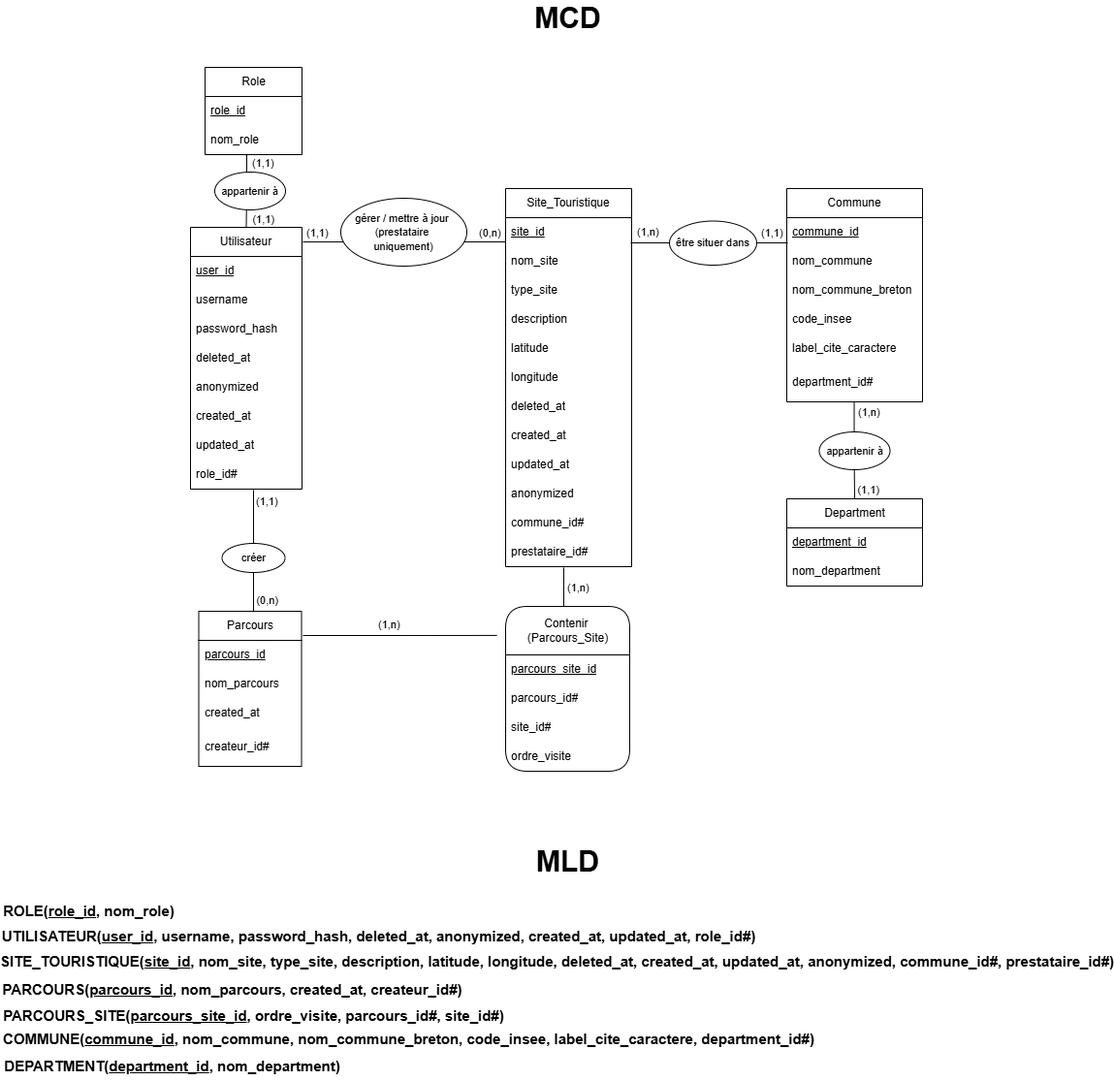
Before: MCD_MLD_Lumea.png, a diagram exported from draw.io (go2375/Luma). Source tidied: cells renumbered, new cells last; positions are measured from the earlier drawing's top-left corner, leaving out a move shared by most shapes.
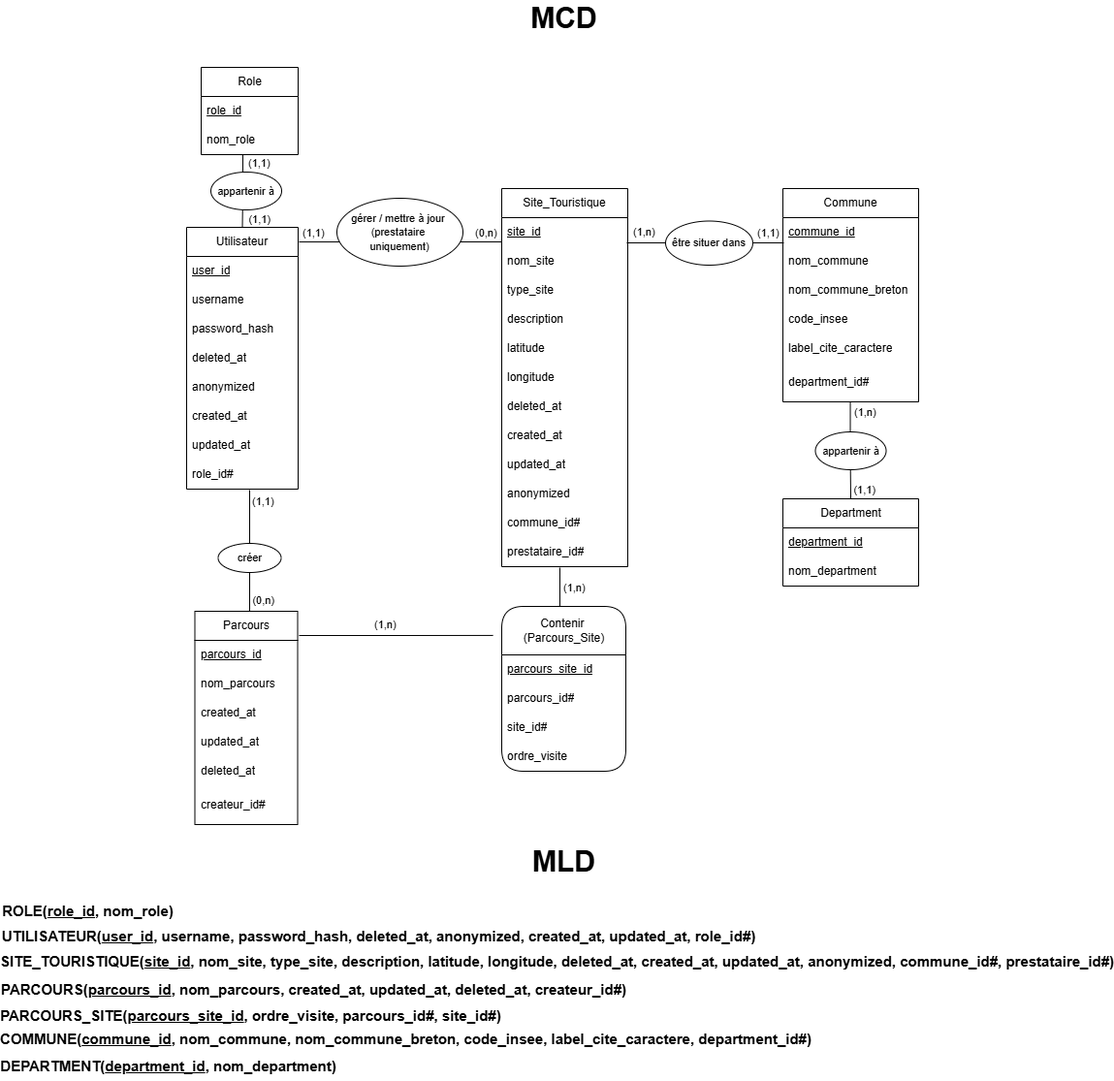
After the commit.

Change to the diagram source:
```diff
@@ -12,7 +12,7 @@
       <mxGeometry y="60" width="100" height="30" as="geometry" />
     </mxCell>
     <mxCell id="5" value="Parcours" style="swimlane;fontStyle=0;horizontal=1;startSize=30;whiteSpace=wrap;html=1;" parent="1" vertex="1">
-      <mxGeometry x="153.5" y="625" width="106" height="160" as="geometry" />
+      <mxGeometry x="153.5" y="625" width="106" height="220" as="geometry" />
     </mxCell>
     <mxCell id="6" value="&lt;u&gt;parcours_id&lt;/u&gt;" style="text;strokeColor=none;fillColor=none;align=left;verticalAlign=middle;spacingLeft=4;spacingRight=4;overflow=hidden;whiteSpace=wrap;html=1;" parent="5" vertex="1">
       <mxGeometry y="30" width="106" height="30" as="geometry" />
@@ -23,8 +23,14 @@
     <mxCell id="8" value="created_at" style="text;strokeColor=none;fillColor=none;align=left;verticalAlign=middle;spacingLeft=4;spacingRight=4;overflow=hidden;whiteSpace=wrap;html=1;" parent="5" vertex="1">
       <mxGeometry y="90" width="106" height="30" as="geometry" />
     </mxCell>
+    <mxCell id="81" value="updated_at" style="text;strokeColor=none;fillColor=none;align=left;verticalAlign=middle;spacingLeft=4;spacingRight=4;overflow=hidden;whiteSpace=wrap;html=1;" parent="5" vertex="1">
+      <mxGeometry y="120" width="106" height="30" as="geometry" />
+    </mxCell>
+    <mxCell id="82" value="deleted_at" style="text;strokeColor=none;fillColor=none;align=left;verticalAlign=middle;spacingLeft=4;spacingRight=4;overflow=hidden;whiteSpace=wrap;html=1;" parent="5" vertex="1">
+      <mxGeometry y="150" width="106" height="30" as="geometry" />
+    </mxCell>
     <mxCell id="9" value="createur_id#" style="text;strokeColor=none;fillColor=none;align=left;verticalAlign=middle;spacingLeft=4;spacingRight=4;overflow=hidden;whiteSpace=wrap;html=1;" parent="5" vertex="1">
-      <mxGeometry y="120" width="106" height="40" as="geometry" />
+      <mxGeometry y="180" width="106" height="40" as="geometry" />
     </mxCell>
     <mxCell id="10" value="Utilisateur" style="swimlane;fontStyle=0;horizontal=1;startSize=30;whiteSpace=wrap;html=1;" parent="1" vertex="1">
       <mxGeometry x="145" y="229" width="115" height="270" as="geometry" />
@@ -267,22 +273,22 @@
       <mxGeometry x="494" y="870" width="80" height="26" as="geometry" />
     </mxCell>
     <mxCell id="74" value="ROLE(&lt;u&gt;role_id&lt;/u&gt;, nom_role)" style="text;align=center;fontStyle=1;verticalAlign=middle;spacingLeft=3;spacingRight=3;strokeColor=none;html=1;fontSize=15;" parent="1" vertex="1">
-      <mxGeometry x="-0.5" y="917" width="80" height="33" as="geometry" />
+      <mxGeometry x="2.5" y="917" width="80" height="33" as="geometry" />
     </mxCell>
     <mxCell id="75" value="UTILISATEUR(&lt;u&gt;user_id&lt;/u&gt;, username, password_hash, deleted_at, anonymized, created_at, updated_at, role_id#)" style="text;align=center;fontStyle=1;verticalAlign=middle;spacingLeft=3;spacingRight=3;strokeColor=none;html=1;fontSize=15;" parent="1" vertex="1">
-      <mxGeometry x="299" y="943" width="80" height="33" as="geometry" />
+      <mxGeometry x="303" y="943" width="80" height="33" as="geometry" />
     </mxCell>
     <mxCell id="76" value="SITE_TOURISTIQUE(&lt;u&gt;site_id&lt;/u&gt;, nom_site, type_site, description, latitude, longitude, deleted_at, created_at, updated_at, anonymized, commune_id#, prestataire_id#)" style="text;align=center;fontStyle=1;verticalAlign=middle;spacingLeft=3;spacingRight=3;strokeColor=none;html=1;fontSize=15;" parent="1" vertex="1">
-      <mxGeometry x="483" y="969" width="80" height="33" as="geometry" />
+      <mxGeometry x="487" y="969" width="80" height="33" as="geometry" />
     </mxCell>
-    <mxCell id="77" value="PARCOURS(&lt;u&gt;parcours_id&lt;/u&gt;, nom_parcours, created_at, createur_id#)" style="text;align=center;fontStyle=1;verticalAlign=middle;spacingLeft=3;spacingRight=3;strokeColor=none;html=1;fontSize=15;" parent="1" vertex="1">
-      <mxGeometry x="148" y="998" width="80" height="33" as="geometry" />
+    <mxCell id="77" value="PARCOURS(&lt;u&gt;parcours_id&lt;/u&gt;, nom_parcours, created_at, updated_at, deleted_at, createur_id#)" style="text;align=center;fontStyle=1;verticalAlign=middle;spacingLeft=3;spacingRight=3;strokeColor=none;html=1;fontSize=15;" parent="1" vertex="1">
+      <mxGeometry x="236" y="998" width="80" height="33" as="geometry" />
     </mxCell>
     <mxCell id="78" value="PARCOURS_SITE(&lt;u&gt;parcours_site_id&lt;/u&gt;, ordre_visite, parcours_id#, site_id#)&amp;nbsp;" style="text;align=center;fontStyle=1;verticalAlign=middle;spacingLeft=3;spacingRight=3;strokeColor=none;html=1;fontSize=15;" parent="1" vertex="1">
-      <mxGeometry x="172" y="1025" width="80" height="33" as="geometry" />
+      <mxGeometry x="173" y="1025" width="80" height="33" as="geometry" />
     </mxCell>
     <mxCell id="79" value="COMMUNE(&lt;u&gt;commune_id&lt;/u&gt;, nom_commune, nom_commune_breton, code_insee, label_cite_caractere, department_id#)" style="text;align=center;fontStyle=1;verticalAlign=middle;spacingLeft=3;spacingRight=3;strokeColor=none;html=1;fontSize=15;" parent="1" vertex="1">
-      <mxGeometry x="330" y="1049" width="80" height="33" as="geometry" />
+      <mxGeometry x="331" y="1049" width="80" height="33" as="geometry" />
     </mxCell>
     <mxCell id="80" value="DEPARTMENT(&lt;u&gt;department_id&lt;/u&gt;, nom_department)" style="text;align=center;fontStyle=1;verticalAlign=middle;spacingLeft=3;spacingRight=3;strokeColor=none;html=1;fontSize=15;" parent="1" vertex="1">
       <mxGeometry x="85.5" y="1077" width="80" height="33" as="geometry" />
```
